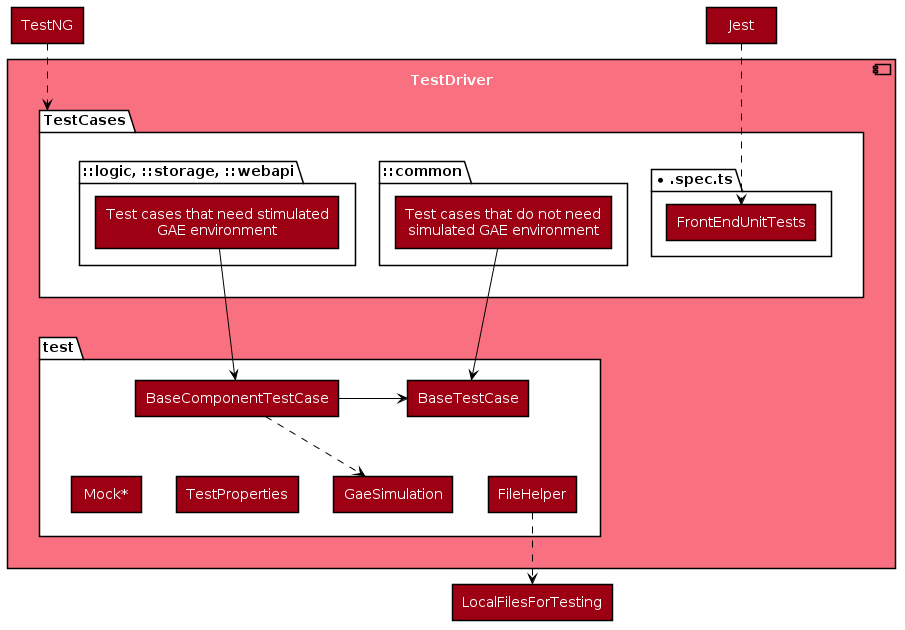
Before: diagrams/TestDriverComponent.png, a diagram exported from PlantUML (devashish-rane/teammates). Its source is kept beside it as diagrams/TestDriverComponent.puml.
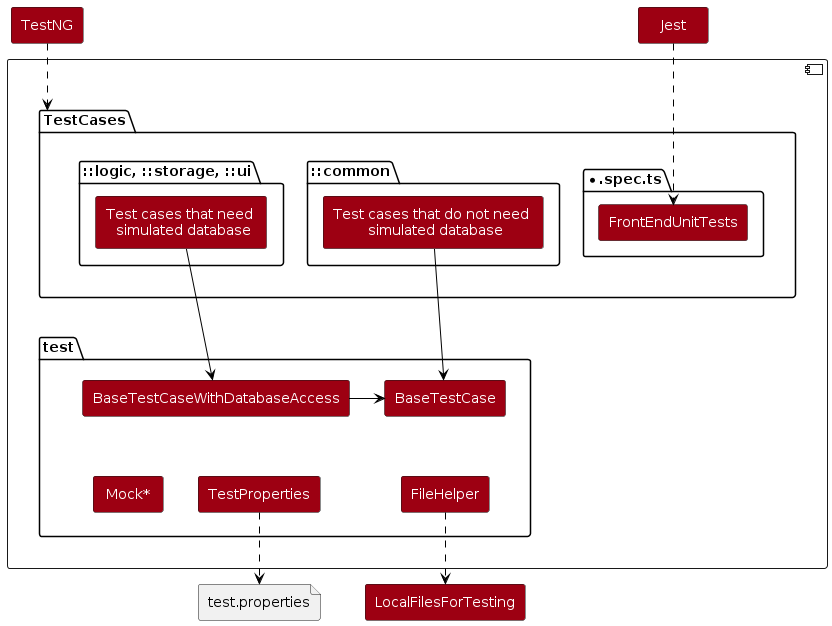
Above is the later version.

Change to the diagram source:
```diff
@@ -1,5 +1,5 @@
 @startuml
-!include diagrams/style.puml
+!include style.puml
 skinparam componentBackgroundColor MODEL_COLOR_T1
 skinparam componentFontColor #FFFFFF
 skinparam packageBackgroundColor #FFFFFF
@@ -14,24 +14,24 @@
         }
 
         folder "::common" as Common {
-            rectangle "Test cases that do not need \n simulated GAE environment" as TC1
+            rectangle "Test cases that do not need \n simulated database" as TC1
         }
 
-       folder "::logic, ::storage, ::webapi" as LogicStorageWebAPI {
-            rectangle "Test cases that need stimulated \n GAE environment" as TC2
+       folder "::logic, ::storage, ::ui" as LogicStorageWebAPI {
+            rectangle "Test cases that need \n simulated database" as TC2
        }
     }
 
     package test {
         rectangle BaseTestCase
-        rectangle BaseComponentTestCase
+        rectangle BaseTestCaseWithDatabaseAccess
         rectangle "Mock*" as Mock
         rectangle TestProperties
-        rectangle GaeSimulation
         rectangle FileHelper
     }
 }
 
+file test.properties
 rectangle TestNG
 rectangle Jest
 rectangle LocalFilesForTesting
@@ -39,15 +39,14 @@
 TestNG ..> TestCases
 Jest ..> FrontEndUnitTests
 TC1 -> BaseTestCase
-TC2 -> BaseComponentTestCase
-BaseComponentTestCase -> BaseTestCase
-BaseComponentTestCase ..> GaeSimulation
+TC2 -> BaseTestCaseWithDatabaseAccess
+BaseTestCaseWithDatabaseAccess -> BaseTestCase
 FileHelper ..> LocalFilesForTesting
+TestProperties ..> test.properties
 
 TestCases -[hidden]down- test
-BaseComponentTestCase -[hidden]down- Mock
-BaseComponentTestCase -[hidden]down- TestProperties
-BaseTestCase -[hidden]down- GaeSimulation
+BaseTestCaseWithDatabaseAccess -[hidden]down- Mock
+BaseTestCaseWithDatabaseAccess -[hidden]down- TestProperties
 BaseTestCase -[hidden]down- FileHelper
 
 
```
